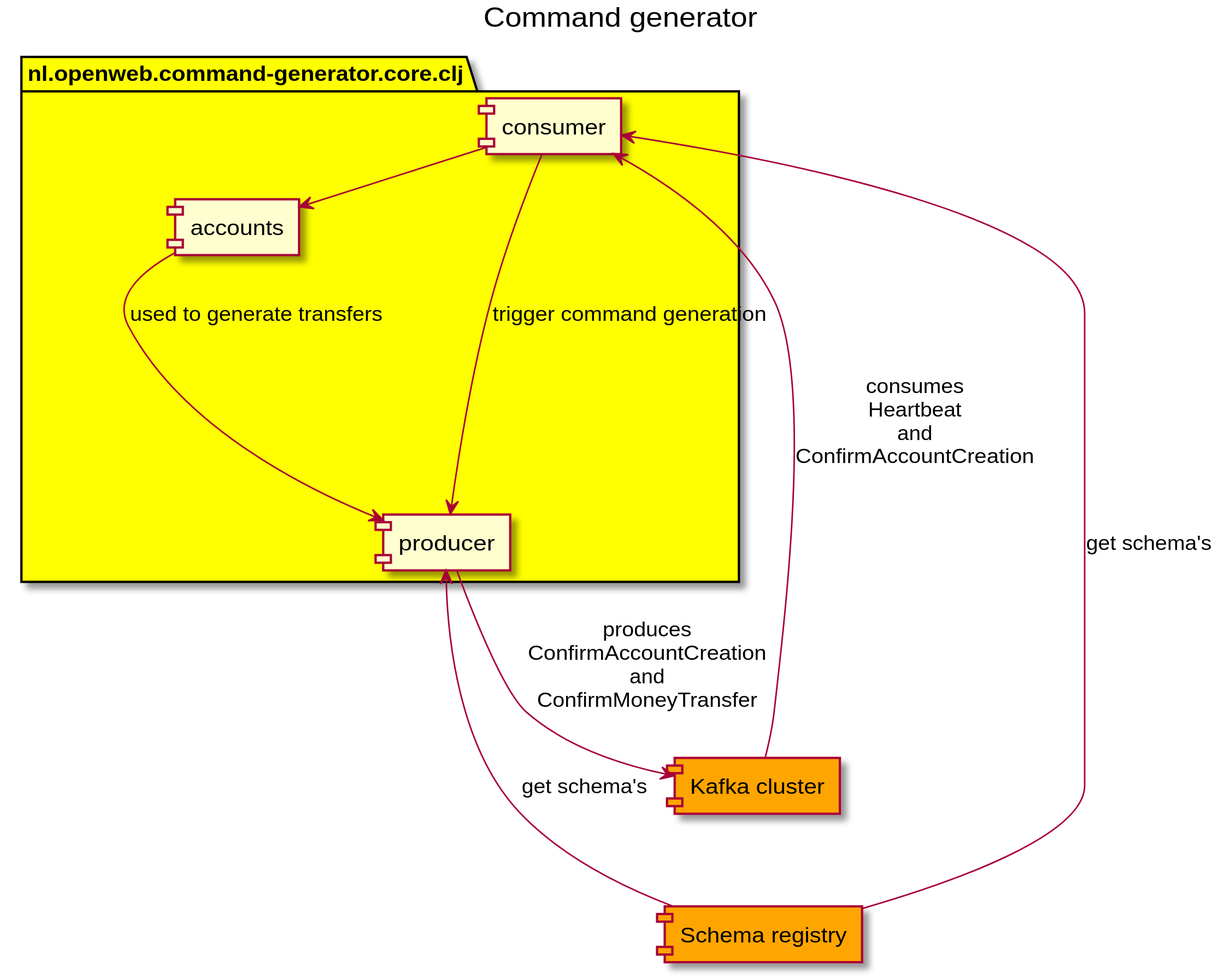
The PlantUML diagram docs/command-generator.svg in openweb-nl/open-bank-mark, before a commit. Its diagram source:
```plantuml
@startuml

title Command generator

package "nl.openweb.command-generator.core.clj" #Yellow {
    component accounts as a
    component consumer as c
    component producer as p
}
[Kafka cluster] as kc #Orange
[Schema registry] as sr #Orange

c -> a  :update accounts
a -> p  :used to generate transfers
c --> p :trigger command generation
p --> kc :produces\nConfirmAccountCreation\nand\nConfirmMoneyTransfer
c <-- kc :consumes\nHeartbeat\nand\nConfirmAccountCreation
c <--- sr :get schema's
p <--- sr :get schema's

@enduml
```
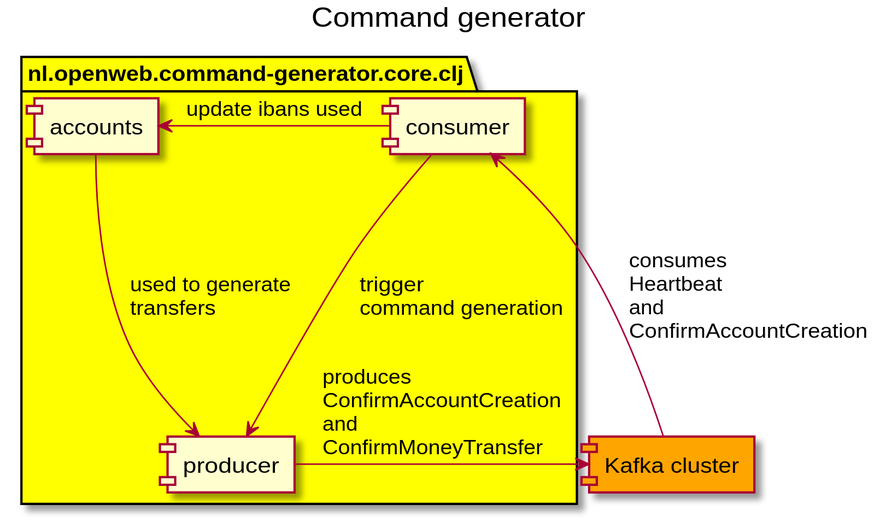
The same diagram one commit later.

What changed in the source:
```diff
@@ -8,14 +8,11 @@
     component producer as p
 }
 [Kafka cluster] as kc #Orange
-[Schema registry] as sr #Orange
 
-c -> a  :update accounts
-a -> p  :used to generate transfers
-c --> p :trigger command generation
-p --> kc :produces\nConfirmAccountCreation\nand\nConfirmMoneyTransfer
-c <-- kc :consumes\nHeartbeat\nand\nConfirmAccountCreation
-c <--- sr :get schema's
-p <--- sr :get schema's
+c -> a  :update ibans used
+a --> p  :used to generate\ltransfers
+c -> p :trigger\lcommand generation
+p -> kc :produces\lConfirmAccountCreation\nand\nConfirmMoneyTransfer
+c <-- kc :consumes\lHeartbeat\nand\nConfirmAccountCreation
 
 @enduml
```
